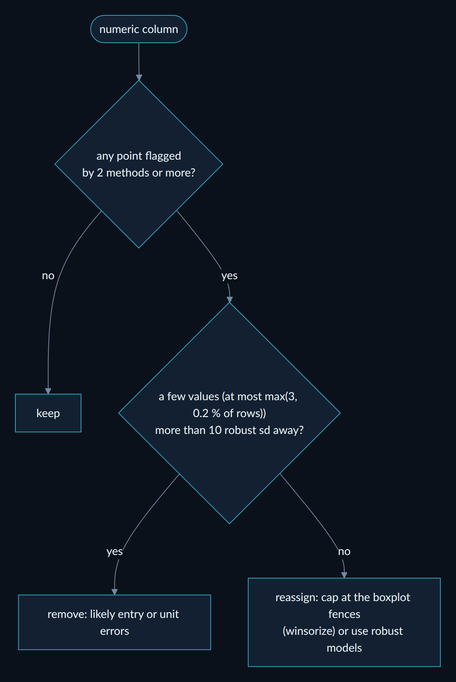
Above: docs/diagrams/7_outliers.png in Thibautdqb/elessar (Mermaid), before the change. Its source is kept beside it as docs/diagrams/7_outliers.mmd. Its diagram source:
```mermaid
flowchart TD
    A(["numeric column"]) --> B{"any point flagged<br/>by 2 methods or more?"}
    B -- no --> K["keep"]
    B -- yes --> C{"a few values (at most max(3, 0.2 % of rows))<br/>more than 10 robust sd away?"}
    C -- yes --> R["remove: likely entry or unit errors"]
    C -- no --> W["reassign: cap at the boxplot fences<br/>(winsorize) or use robust models"]
```
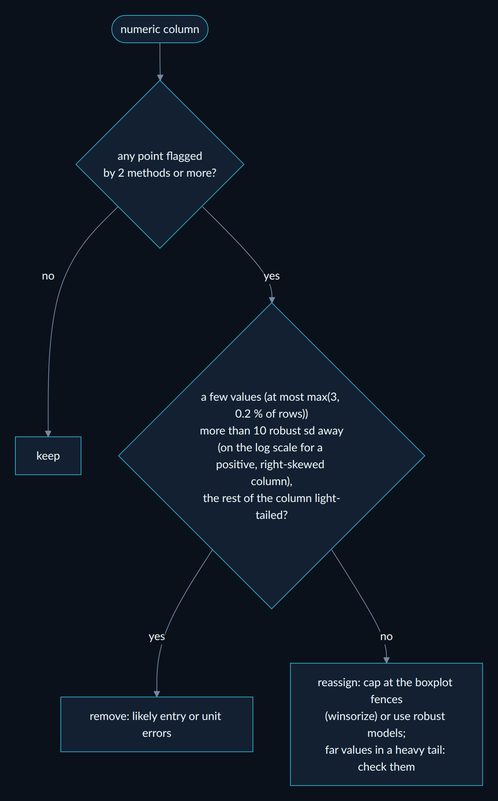
After the change.

Diff of the diagram source:
```diff
@@ -1,6 +1,6 @@
 flowchart TD
     A(["numeric column"]) --> B{"any point flagged<br/>by 2 methods or more?"}
     B -- no --> K["keep"]
-    B -- yes --> C{"a few values (at most max(3, 0.2 % of rows))<br/>more than 10 robust sd away?"}
+    B -- yes --> C{"a few values (at most max(3, 0.2 % of rows))<br/>more than 10 robust sd away<br/>(on the log scale for a positive, right-skewed column),<br/>the rest of the column light-tailed?"}
     C -- yes --> R["remove: likely entry or unit errors"]
-    C -- no --> W["reassign: cap at the boxplot fences<br/>(winsorize) or use robust models"]
+    C -- no --> W["reassign: cap at the boxplot fences<br/>(winsorize) or use robust models;<br/>far values in a heavy tail: check them"]
```
